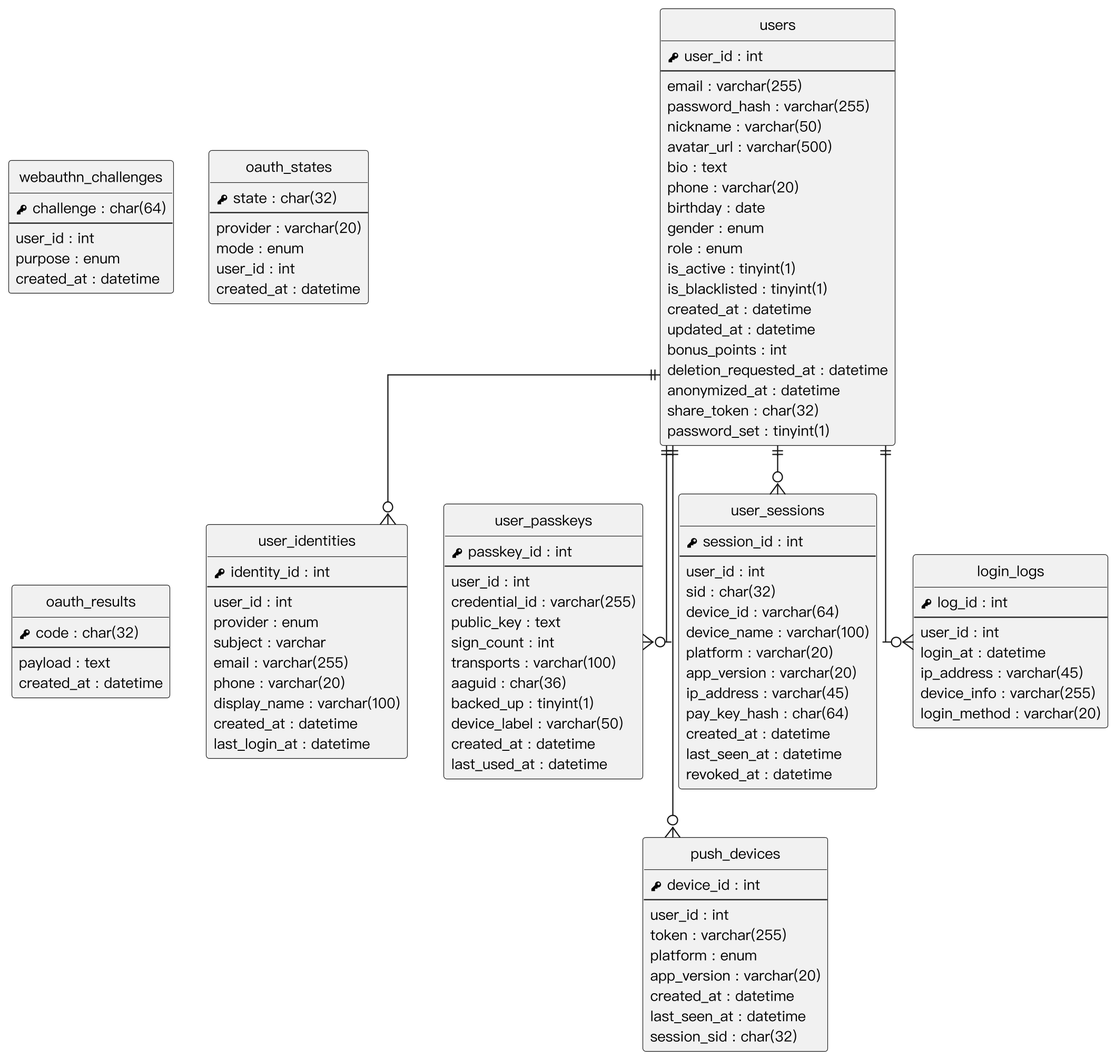
This is Diagrams/Relational Tables/v3/er_account.png from SaveMyBook/SaveMyBook, a PlantUML export, as it was before one commit.
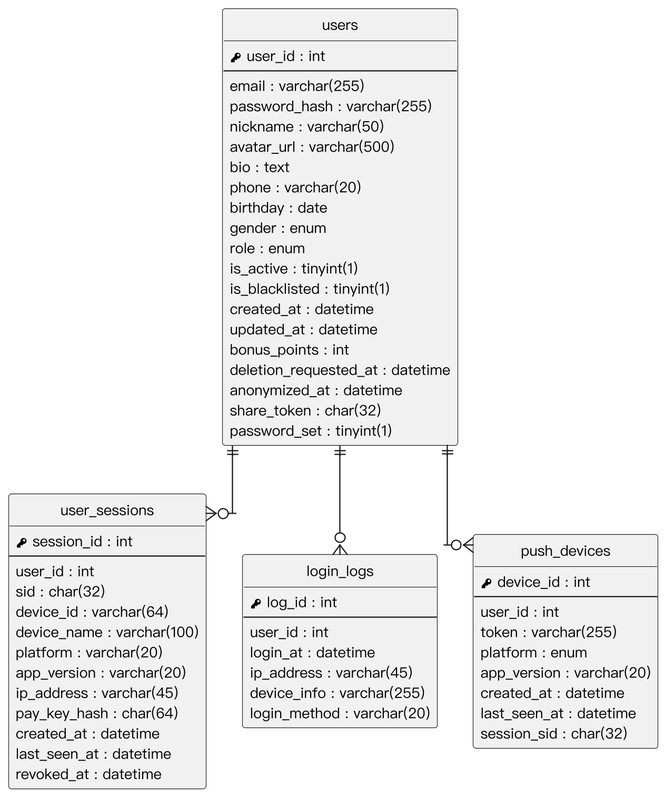
After the commit.

Change to the diagram source:
```diff
@@ -32,39 +32,6 @@
   {field} share_token : char(32)
   {field} password_set : tinyint(1)
 }
-entity "user_identities" as user_identities {
-  {field} <&key> identity_id : int
-  --
-  {field} user_id : int
-  {field} provider : enum
-  {field} subject : varchar
-  {field} email : varchar(255)
-  {field} phone : varchar(20)
-  {field} display_name : varchar(100)
-  {field} created_at : datetime
-  {field} last_login_at : datetime
-}
-entity "user_passkeys" as user_passkeys {
-  {field} <&key> passkey_id : int
-  --
-  {field} user_id : int
-  {field} credential_id : varchar(255)
-  {field} public_key : text
-  {field} sign_count : int
-  {field} transports : varchar(100)
-  {field} aaguid : char(36)
-  {field} backed_up : tinyint(1)
-  {field} device_label : varchar(50)
-  {field} created_at : datetime
-  {field} last_used_at : datetime
-}
-entity "webauthn_challenges" as webauthn_challenges {
-  {field} <&key> challenge : char(64)
-  --
-  {field} user_id : int
-  {field} purpose : enum
-  {field} created_at : datetime
-}
 entity "user_sessions" as user_sessions {
   {field} <&key> session_id : int
   --
@@ -89,20 +56,6 @@
   {field} device_info : varchar(255)
   {field} login_method : varchar(20)
 }
-entity "oauth_states" as oauth_states {
-  {field} <&key> state : char(32)
-  --
-  {field} provider : varchar(20)
-  {field} mode : enum
-  {field} user_id : int
-  {field} created_at : datetime
-}
-entity "oauth_results" as oauth_results {
-  {field} <&key> code : char(32)
-  --
-  {field} payload : text
-  {field} created_at : datetime
-}
 entity "push_devices" as push_devices {
   {field} <&key> device_id : int
   --
@@ -114,10 +67,7 @@
   {field} last_seen_at : datetime
   {field} session_sid : char(32)
 }
-users ||--o{ user_identities
-users ||--o{ user_passkeys
 users ||--o{ user_sessions
 users ||--o{ login_logs
 users ||--o{ push_devices
-user_identities -[hidden]down- push_devices
 @enduml
```
